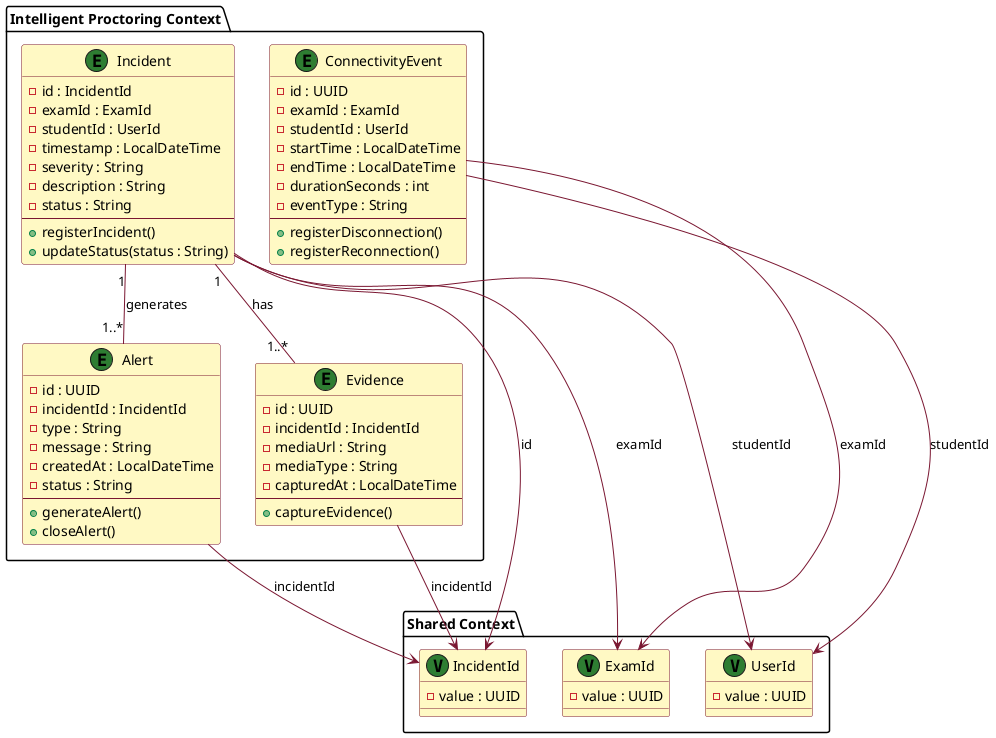
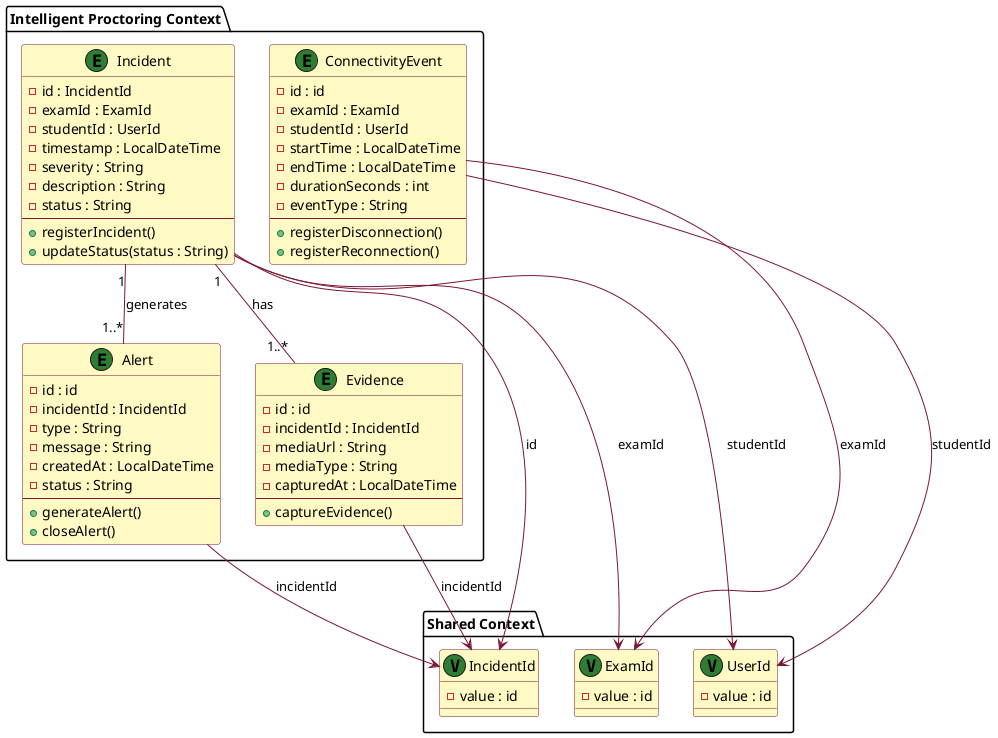
@startuml "Intelligent Proctoring Context"

skinparam class {
  BackgroundColor #FFF9C4
  BorderColor #7A1631
  StereotypeFontColor #2E7D32
}
skinparam Arrow {
  Color #7A1631
}

package "Intelligent Proctoring Context" {
  class Incident << (E,#2E7D32) >> {
    - id : IncidentId
    - examId : ExamId
    - studentId : UserId
    - timestamp : LocalDateTime
    - severity : String
    - description : String
    - status : String
    --
    + registerIncident()
    + updateStatus(status : String)
  }

  class Alert << (E,#2E7D32) >> {
-     - id : UUID
+     - id : id
    - incidentId : IncidentId
    - type : String
    - message : String
    - createdAt : LocalDateTime
    - status : String
    --
    + generateAlert()
    + closeAlert()
  }

  class Evidence << (E,#2E7D32) >> {
-     - id : UUID
+     - id : id
    - incidentId : IncidentId
    - mediaUrl : String
    - mediaType : String
    - capturedAt : LocalDateTime
    --
    + captureEvidence()
  }

  class ConnectivityEvent << (E,#2E7D32) >> {
-     - id : UUID
+     - id : id
    - examId : ExamId
    - studentId : UserId
    - startTime : LocalDateTime
    - endTime : LocalDateTime
    - durationSeconds : int
    - eventType : String
    --
    + registerDisconnection()
    + registerReconnection()
  }
}

package "Shared Context" {
  class IncidentId << (V,#2E7D32) >> {
-     - value : UUID
+     - value : id
  }

  class ExamId << (V,#2E7D32) >> {
-     - value : UUID
+     - value : id
  }

  class UserId << (V,#2E7D32) >> {
-     - value : UUID
+     - value : id
  }
}

Incident "1" -- "1..*" Alert : generates
Incident "1" -- "1..*" Evidence : has
Incident --> IncidentId : id
Incident --> ExamId : examId
Incident --> UserId : studentId
Alert --> IncidentId : incidentId
Evidence --> IncidentId : incidentId
ConnectivityEvent --> ExamId : examId
ConnectivityEvent --> UserId : studentId

@enduml
